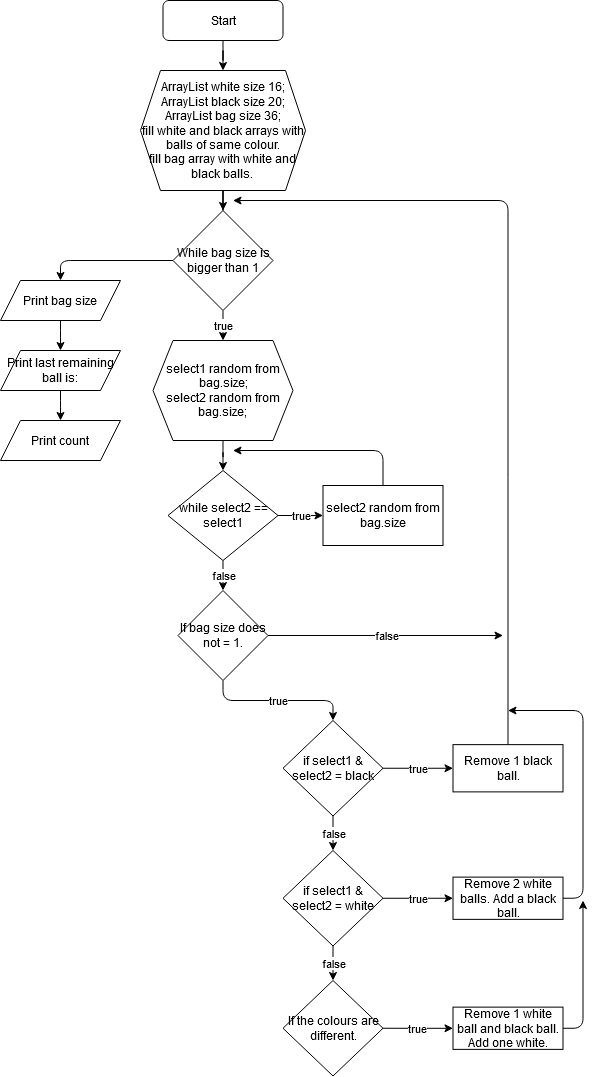
Earlier version of the draw.io export Untitled Diagram.png (IgnasZyv/BallProject). Source tidied: cells renumbered, new cells last; positions are measured from the earlier drawing's top-left corner, leaving out a move shared by most shapes. Its diagram source:
```xml
<mxGraphModel>
  <root>
    <mxCell id="0" />
    <mxCell id="1" parent="0" />
    <mxCell id="2" style="edgeStyle=orthogonalEdgeStyle;rounded=0;jettySize=auto;html=1;" parent="1" edge="1" source="3" target="5">
      <mxGeometry relative="1" as="geometry" />
    </mxCell>
    <mxCell id="3" value="Start" style="rounded=1;whiteSpace=wrap;html=1;" parent="1" vertex="1">
      <mxGeometry x="162.5" width="120" height="40" as="geometry" />
    </mxCell>
    <mxCell id="4" style="edgeStyle=orthogonalEdgeStyle;rounded=0;jettySize=auto;html=1;" parent="1" edge="1" source="5" target="8">
      <mxGeometry relative="1" as="geometry" />
    </mxCell>
    <mxCell id="5" value="&lt;div&gt;ArrayList white size 16;&lt;/div&gt;&lt;div&gt;ArrayList black size 20;&lt;/div&gt;&lt;div&gt;ArrayList bag size 36;&lt;/div&gt;&lt;div&gt;fill white and black arrays with balls of same colour.&lt;/div&gt;&lt;div&gt;fill bag array with white and black balls.&lt;br&gt;&lt;/div&gt;" style="shape=hexagon;perimeter=hexagonPerimeter2;whiteSpace=wrap;html=1;fixedSize=1;" parent="1" vertex="1">
      <mxGeometry x="140" y="70" width="165" height="120" as="geometry" />
    </mxCell>
    <mxCell id="6" value="true" style="edgeStyle=orthogonalEdgeStyle;rounded=1;jettySize=auto;html=1;" parent="1" edge="1" source="8" target="10">
      <mxGeometry relative="1" as="geometry" />
    </mxCell>
    <mxCell id="7" style="edgeStyle=orthogonalEdgeStyle;rounded=1;jumpStyle=none;jumpSize=16;jettySize=auto;html=1;exitX=0;exitY=0.5;exitDx=0;exitDy=0;entryX=0.5;entryY=0;entryDx=0;entryDy=0;" parent="1" edge="1" source="8" target="34">
      <mxGeometry relative="1" as="geometry">
        <Array as="points">
          <mxPoint x="60" y="260" />
        </Array>
      </mxGeometry>
    </mxCell>
    <mxCell id="8" value="While bag size is bigger than 1" style="rhombus;whiteSpace=wrap;html=1;" parent="1" vertex="1">
      <mxGeometry x="172.5" y="210" width="100" height="100" as="geometry" />
    </mxCell>
    <mxCell id="9" style="edgeStyle=orthogonalEdgeStyle;rounded=1;jettySize=auto;html=1;" parent="1" edge="1" source="10" target="30">
      <mxGeometry relative="1" as="geometry" />
    </mxCell>
    <mxCell id="10" value="&lt;div&gt;select1 random from bag.size;&lt;/div&gt;&lt;div&gt;select2 random from bag.size;&lt;br&gt;&lt;/div&gt;" style="shape=hexagon;perimeter=hexagonPerimeter2;whiteSpace=wrap;html=1;fixedSize=1;" parent="1" vertex="1">
      <mxGeometry x="152.5" y="340" width="140" height="100" as="geometry" />
    </mxCell>
    <mxCell id="11" value="true" style="edgeStyle=orthogonalEdgeStyle;rounded=1;jettySize=auto;html=1;exitX=0.5;exitY=1;exitDx=0;exitDy=0;" parent="1" edge="1" source="13" target="16">
      <mxGeometry relative="1" as="geometry" />
    </mxCell>
    <mxCell id="12" value="false" style="edgeStyle=orthogonalEdgeStyle;rounded=1;jumpStyle=none;jumpSize=16;jettySize=auto;html=1;exitX=1;exitY=0.5;exitDx=0;exitDy=0;" parent="1" edge="1" source="13">
      <mxGeometry relative="1" as="geometry">
        <mxPoint x="502.5" y="635" as="targetPoint" />
      </mxGeometry>
    </mxCell>
    <mxCell id="13" value="If bag size does not = 1." style="rhombus;whiteSpace=wrap;html=1;" parent="1" vertex="1">
      <mxGeometry x="177.5" y="590" width="90" height="90" as="geometry" />
    </mxCell>
    <mxCell id="14" value="true" style="edgeStyle=orthogonalEdgeStyle;rounded=0;jettySize=auto;html=1;" parent="1" edge="1" source="16" target="18">
      <mxGeometry relative="1" as="geometry" />
    </mxCell>
    <mxCell id="15" value="false" style="edgeStyle=orthogonalEdgeStyle;rounded=0;jettySize=auto;html=1;" parent="1" edge="1" source="16" target="21">
      <mxGeometry relative="1" as="geometry" />
    </mxCell>
    <mxCell id="16" value="if select1 &amp;amp; select2 = black" style="rhombus;whiteSpace=wrap;html=1;" parent="1" vertex="1">
      <mxGeometry x="282.5" y="720" width="100" height="95.5" as="geometry" />
    </mxCell>
    <mxCell id="17" style="edgeStyle=orthogonalEdgeStyle;rounded=1;jettySize=auto;html=1;exitX=0.5;exitY=0;exitDx=0;exitDy=0;" parent="1" edge="1" source="18">
      <mxGeometry relative="1" as="geometry">
        <mxPoint x="232.5" y="200" as="targetPoint" />
        <Array as="points">
          <mxPoint x="507.5" y="200" />
        </Array>
      </mxGeometry>
    </mxCell>
    <mxCell id="18" value="Remove 1 black ball." style="whiteSpace=wrap;html=1;" parent="1" vertex="1">
      <mxGeometry x="452.5" y="744.1" width="110" height="47.2" as="geometry" />
    </mxCell>
    <mxCell id="19" value="true" style="edgeStyle=orthogonalEdgeStyle;rounded=0;jettySize=auto;html=1;" parent="1" edge="1" source="21" target="23">
      <mxGeometry relative="1" as="geometry" />
    </mxCell>
    <mxCell id="20" value="&lt;div&gt;false&lt;/div&gt;" style="edgeStyle=orthogonalEdgeStyle;rounded=0;jettySize=auto;html=1;entryX=0.5;entryY=0;entryDx=0;entryDy=0;" parent="1" edge="1" source="21" target="27">
      <mxGeometry relative="1" as="geometry" />
    </mxCell>
    <mxCell id="21" value="if select1 &amp;amp; select2 = white" style="rhombus;whiteSpace=wrap;html=1;" parent="1" vertex="1">
      <mxGeometry x="282.5" y="850" width="100" height="95.5" as="geometry" />
    </mxCell>
    <mxCell id="22" style="edgeStyle=orthogonalEdgeStyle;rounded=1;jettySize=auto;html=1;exitX=1;exitY=0.5;exitDx=0;exitDy=0;" parent="1" edge="1" source="23">
      <mxGeometry relative="1" as="geometry">
        <mxPoint x="507.5" y="710" as="targetPoint" />
        <Array as="points">
          <mxPoint x="582.5" y="898" />
          <mxPoint x="582.5" y="710" />
        </Array>
      </mxGeometry>
    </mxCell>
    <mxCell id="23" value="Remove 2 white balls. Add a black ball." style="whiteSpace=wrap;html=1;" parent="1" vertex="1">
      <mxGeometry x="452.5" y="876.6" width="110" height="42.2" as="geometry" />
    </mxCell>
    <mxCell id="24" value="true" style="edgeStyle=orthogonalEdgeStyle;rounded=0;jettySize=auto;html=1;exitX=1;exitY=0.5;exitDx=0;exitDy=0;" parent="1" edge="1" source="27" target="26">
      <mxGeometry relative="1" as="geometry" />
    </mxCell>
    <mxCell id="25" style="edgeStyle=orthogonalEdgeStyle;rounded=1;jettySize=auto;html=1;exitX=1;exitY=0.5;exitDx=0;exitDy=0;" parent="1" edge="1" source="26">
      <mxGeometry relative="1" as="geometry">
        <mxPoint x="582.5" y="900" as="targetPoint" />
        <Array as="points">
          <mxPoint x="582.5" y="1028" />
          <mxPoint x="582.5" y="900" />
        </Array>
      </mxGeometry>
    </mxCell>
    <mxCell id="26" value="&lt;div&gt;Remove 1 white ball and black ball.&lt;/div&gt;&lt;div&gt;Add one white.&lt;br&gt;&lt;/div&gt;" style="whiteSpace=wrap;html=1;" parent="1" vertex="1">
      <mxGeometry x="452.5" y="1006.6" width="110" height="42.2" as="geometry" />
    </mxCell>
    <mxCell id="27" value="If the colours are different." style="rhombus;whiteSpace=wrap;html=1;" parent="1" vertex="1">
      <mxGeometry x="282.5" y="980" width="100" height="95.5" as="geometry" />
    </mxCell>
    <mxCell id="28" value="true" style="edgeStyle=orthogonalEdgeStyle;rounded=1;jettySize=auto;html=1;" parent="1" edge="1" source="30" target="32">
      <mxGeometry relative="1" as="geometry" />
    </mxCell>
    <mxCell id="29" value="false" style="edgeStyle=orthogonalEdgeStyle;rounded=1;jettySize=auto;html=1;exitX=0.5;exitY=1;exitDx=0;exitDy=0;" parent="1" edge="1" source="30" target="13">
      <mxGeometry relative="1" as="geometry" />
    </mxCell>
    <mxCell id="30" value="while select2 == select1 " style="rhombus;whiteSpace=wrap;html=1;" parent="1" vertex="1">
      <mxGeometry x="167.5" y="470" width="110" height="90" as="geometry" />
    </mxCell>
    <mxCell id="31" style="edgeStyle=orthogonalEdgeStyle;rounded=1;jettySize=auto;html=1;exitX=0.5;exitY=0;exitDx=0;exitDy=0;" parent="1" edge="1" source="32">
      <mxGeometry relative="1" as="geometry">
        <mxPoint x="232.5" y="450" as="targetPoint" />
        <Array as="points">
          <mxPoint x="382.5" y="450" />
        </Array>
      </mxGeometry>
    </mxCell>
    <mxCell id="32" value="select2 random from bag.size" style="whiteSpace=wrap;html=1;" parent="1" vertex="1">
      <mxGeometry x="322.5" y="485" width="120" height="60" as="geometry" />
    </mxCell>
    <mxCell id="33" style="edgeStyle=orthogonalEdgeStyle;rounded=1;jumpStyle=none;jumpSize=16;jettySize=auto;html=1;" parent="1" edge="1" source="34" target="36">
      <mxGeometry relative="1" as="geometry" />
    </mxCell>
    <mxCell id="34" value="Print bag size" style="shape=parallelogram;perimeter=parallelogramPerimeter;whiteSpace=wrap;html=1;fixedSize=1;" parent="1" vertex="1">
      <mxGeometry y="280" width="120" height="40" as="geometry" />
    </mxCell>
    <mxCell id="35" style="edgeStyle=orthogonalEdgeStyle;rounded=1;jumpStyle=none;jumpSize=16;jettySize=auto;html=1;" parent="1" edge="1" source="36" target="37">
      <mxGeometry relative="1" as="geometry" />
    </mxCell>
    <mxCell id="36" value="Print last remaining ball is:" style="shape=parallelogram;perimeter=parallelogramPerimeter;whiteSpace=wrap;html=1;fixedSize=1;" parent="1" vertex="1">
      <mxGeometry y="350" width="120" height="40" as="geometry" />
    </mxCell>
    <mxCell id="37" value="Print count" style="shape=parallelogram;perimeter=parallelogramPerimeter;whiteSpace=wrap;html=1;fixedSize=1;" parent="1" vertex="1">
      <mxGeometry y="420" width="120" height="40" as="geometry" />
    </mxCell>
  </root>
</mxGraphModel>
```
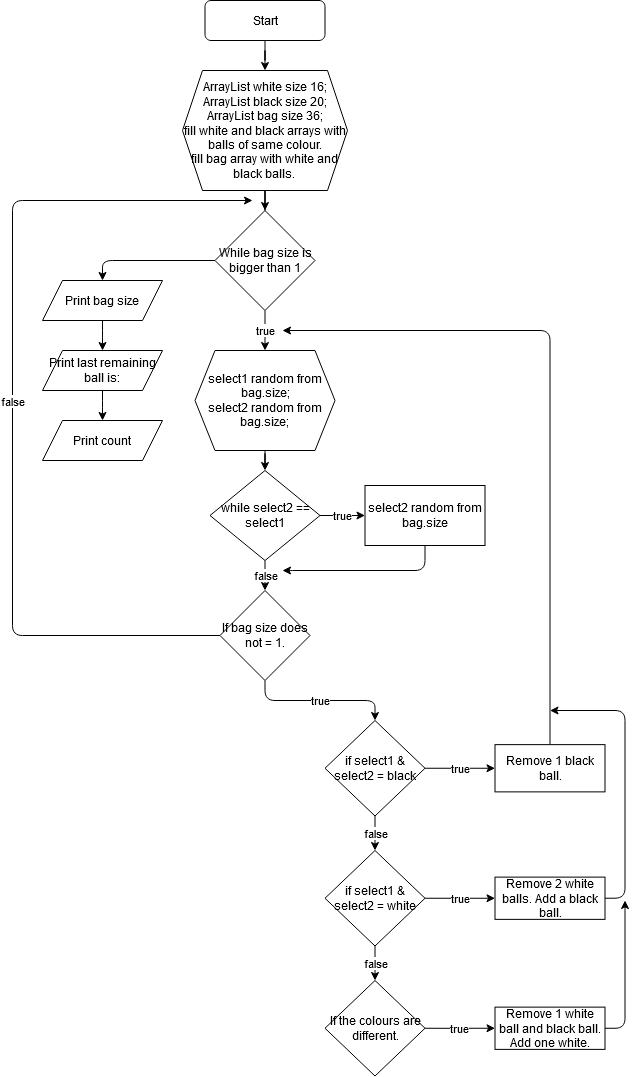
Above is the later version.

Change to the diagram source:
```diff
@@ -31,14 +31,18 @@
       <mxGeometry relative="1" as="geometry" />
     </mxCell>
     <mxCell id="10" value="&lt;div&gt;select1 random from bag.size;&lt;/div&gt;&lt;div&gt;select2 random from bag.size;&lt;br&gt;&lt;/div&gt;" style="shape=hexagon;perimeter=hexagonPerimeter2;whiteSpace=wrap;html=1;fixedSize=1;" parent="1" vertex="1">
-      <mxGeometry x="152.5" y="340" width="140" height="100" as="geometry" />
+      <mxGeometry x="152.5" y="350" width="140" height="100" as="geometry" />
     </mxCell>
     <mxCell id="11" value="true" style="edgeStyle=orthogonalEdgeStyle;rounded=1;jettySize=auto;html=1;exitX=0.5;exitY=1;exitDx=0;exitDy=0;" parent="1" edge="1" source="13" target="16">
       <mxGeometry relative="1" as="geometry" />
     </mxCell>
-    <mxCell id="12" value="false" style="edgeStyle=orthogonalEdgeStyle;rounded=1;jumpStyle=none;jumpSize=16;jettySize=auto;html=1;exitX=1;exitY=0.5;exitDx=0;exitDy=0;" parent="1" edge="1" source="13">
+    <mxCell id="12" value="false" style="edgeStyle=orthogonalEdgeStyle;rounded=1;jumpStyle=none;jumpSize=16;jettySize=auto;html=1;exitX=0;exitY=0.5;exitDx=0;exitDy=0;" parent="1" edge="1" source="13">
       <mxGeometry relative="1" as="geometry">
-        <mxPoint x="502.5" y="635" as="targetPoint" />
+        <mxPoint x="210" y="200" as="targetPoint" />
+        <Array as="points">
+          <mxPoint x="-30" y="635" />
+          <mxPoint x="-30" y="200" />
+        </Array>
       </mxGeometry>
     </mxCell>
     <mxCell id="13" value="If bag size does not = 1." style="rhombus;whiteSpace=wrap;html=1;" parent="1" vertex="1">
@@ -55,9 +59,9 @@
     </mxCell>
     <mxCell id="17" style="edgeStyle=orthogonalEdgeStyle;rounded=1;jettySize=auto;html=1;exitX=0.5;exitY=0;exitDx=0;exitDy=0;" parent="1" edge="1" source="18">
       <mxGeometry relative="1" as="geometry">
-        <mxPoint x="232.5" y="200" as="targetPoint" />
+        <mxPoint x="240" y="330" as="targetPoint" />
         <Array as="points">
-          <mxPoint x="507.5" y="200" />
+          <mxPoint x="508" y="330" />
         </Array>
       </mxGeometry>
     </mxCell>
@@ -112,11 +116,12 @@
     <mxCell id="30" value="while select2 == select1 " style="rhombus;whiteSpace=wrap;html=1;" parent="1" vertex="1">
       <mxGeometry x="167.5" y="470" width="110" height="90" as="geometry" />
     </mxCell>
-    <mxCell id="31" style="edgeStyle=orthogonalEdgeStyle;rounded=1;jettySize=auto;html=1;exitX=0.5;exitY=0;exitDx=0;exitDy=0;" parent="1" edge="1" source="32">
+    <mxCell id="31" style="edgeStyle=orthogonalEdgeStyle;rounded=1;jettySize=auto;html=1;exitX=0.5;exitY=1;exitDx=0;exitDy=0;" parent="1" edge="1" source="32">
       <mxGeometry relative="1" as="geometry">
-        <mxPoint x="232.5" y="450" as="targetPoint" />
+        <mxPoint x="240" y="570" as="targetPoint" />
         <Array as="points">
-          <mxPoint x="382.5" y="450" />
+          <mxPoint x="383" y="570" />
+          <mxPoint x="240" y="570" />
         </Array>
       </mxGeometry>
     </mxCell>
```
